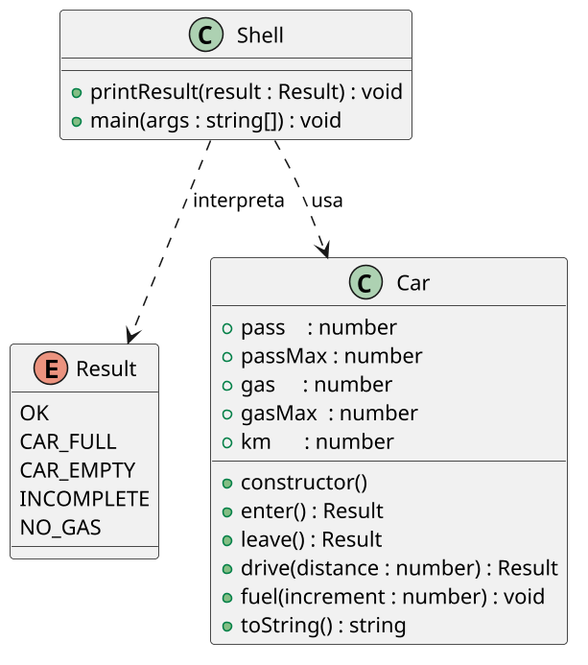
Before: labs/carro/assets/diagrama.png, a diagram exported from PlantUML (qxcodepoo/arcade). Its diagram source:
```plantuml
@startuml

skinparam defaultFontName "Source Code Pro"
skinparam dpi 150

enum Result {
  OK
  CAR_FULL
  CAR_EMPTY
  INCOMPLETE
  NO_GAS
}

class Car {
  + pass    : number
  + passMax : number
  + gas     : number
  + gasMax  : number
  + km      : number
  __
  + constructor()
  + enter() : Result
  + leave() : Result
  + drive(distance : number) : Result
  + fuel(increment : number) : void
  + toString() : string
}

class Shell {
  __
  + printResult(result : Result) : void
  + main(args : string[]) : void
}

Shell ..> Car : usa
Shell ..> Result : interpreta

@enduml
```
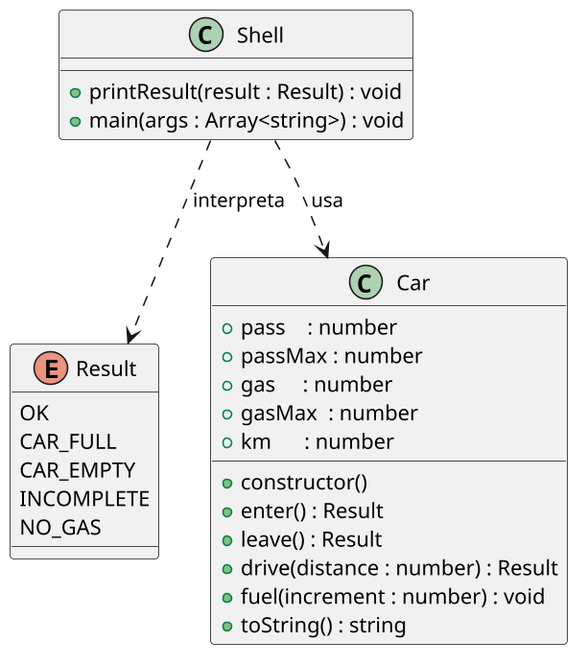
Later version of the same file.

Diff of the diagram source:
```diff
@@ -29,7 +29,7 @@
 class Shell {
   __
   + printResult(result : Result) : void
-  + main(args : string[]) : void
+  + main(args : Array<string>) : void
 }
 
 Shell ..> Car : usa
```
